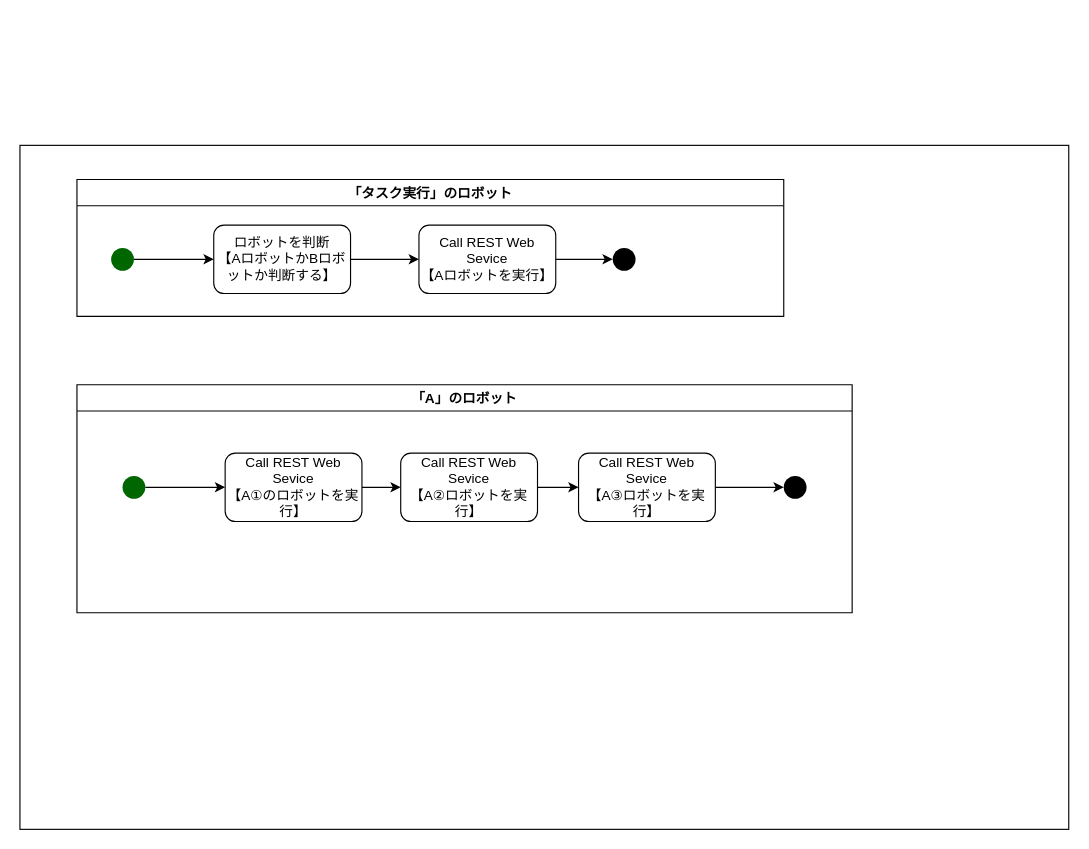
This is API連携流れ.drawio from thanhnt0804/hello, a draw.io file, before an edit. Source tidied: cells renumbered, new cells numbered last; positions are measured from the earlier drawing's top-left corner, leaving out a move shared by most shapes. Both pictures are drawn from the tidied source at 114%, with x=0, y=0 at pixel (19, 145).
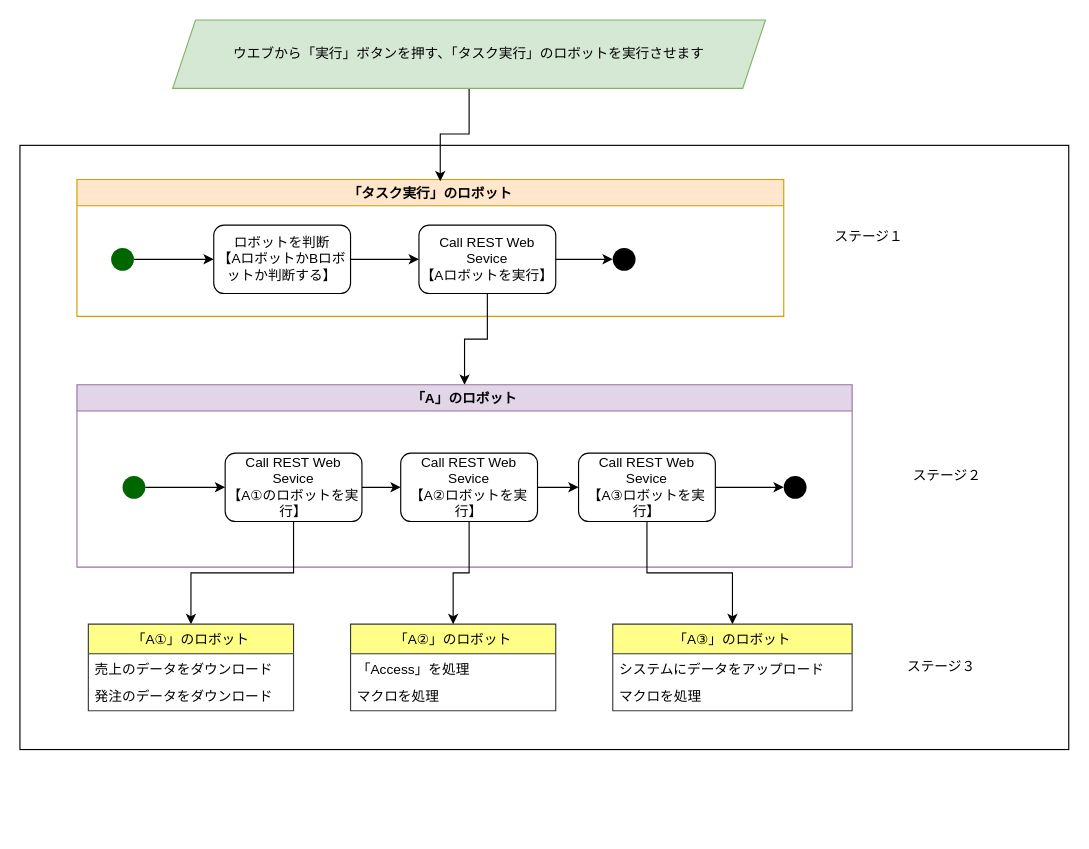
Above is the later version.

Unchanged cells that the change refers to:
```xml
<mxCell id="6" value="Call REST Web Sevice&lt;br&gt;【Aロボットを実行】" style="rounded=1;whiteSpace=wrap;html=1;" parent="1" vertex="1">
  <mxGeometry x="350" y="70" width="120" height="60" as="geometry" />
</mxCell>
<mxCell id="13" value="Call REST Web Sevice&lt;br&gt;【A②ロボットを実行】" style="rounded=1;whiteSpace=wrap;html=1;" parent="11" vertex="1">
  <mxGeometry x="284" y="60" width="120" height="60" as="geometry" />
</mxCell>
<mxCell id="16" value="Call REST Web Sevice&lt;br&gt;【A①のロボットを実行】" style="rounded=1;whiteSpace=wrap;html=1;" parent="1" vertex="1">
  <mxGeometry x="180" y="270" width="120" height="60" as="geometry" />
</mxCell>
<mxCell id="18" value="Call REST Web Sevice&lt;br&gt;【A③ロボットを実行】" style="rounded=1;whiteSpace=wrap;html=1;" parent="1" vertex="1">
  <mxGeometry x="490" y="270" width="120" height="60" as="geometry" />
</mxCell>
```

Diff of the diagram source:
```diff
@@
     <mxCell id="2" style="rounded=0;whiteSpace=wrap;html=1;" parent="1" vertex="1">
-      <mxGeometry width="920" height="600" as="geometry" />
+      <mxGeometry width="920" height="530" as="geometry" />
     </mxCell>
-    <mxCell id="3" value="「タスク実行」のロボット" style="swimlane;" parent="1" vertex="1">
+    <mxCell id="3" value="「タスク実行」のロボット" style="swimlane;fillColor=#ffe6cc;strokeColor=#d79b00;" parent="1" vertex="1">
       <mxGeometry x="50" y="30" width="620" height="120" as="geometry" />
     </mxCell>
@@
+    <mxCell id="21" style="edgeStyle=orthogonalEdgeStyle;rounded=0;jettySize=auto;html=1;" parent="1" edge="1" source="6" target="11">
+      <mxGeometry relative="1" as="geometry" />
+    </mxCell>
@@
-    <mxCell id="11" value="「A」のロボット" style="swimlane;fillColor=#FFFFFF;" parent="1" vertex="1">
-      <mxGeometry x="50" y="210" width="680" height="200" as="geometry" />
+    <mxCell id="11" value="「A」のロボット" style="swimlane;fillColor=#e1d5e7;strokeColor=#9673a6;" parent="1" vertex="1">
+      <mxGeometry x="50" y="210" width="680" height="160" as="geometry" />
     </mxCell>
@@
+    <mxCell id="22" style="edgeStyle=orthogonalEdgeStyle;rounded=0;jettySize=auto;html=1;entryX=0.5;entryY=0;entryDx=0;entryDy=0;" parent="1" edge="1" source="16" target="24">
+      <mxGeometry relative="1" as="geometry" />
+    </mxCell>
@@
+    <mxCell id="23" style="edgeStyle=orthogonalEdgeStyle;rounded=0;jettySize=auto;html=1;entryX=0.5;entryY=0;entryDx=0;entryDy=0;" parent="1" edge="1" source="18" target="30">
+      <mxGeometry relative="1" as="geometry" />
+    </mxCell>
@@
+    <mxCell id="24" value="「A①」のロボット" style="swimlane;fontStyle=0;horizontal=1;startSize=26;fillColor=#ffff88;strokeColor=#36393d;" parent="1" vertex="1">
+      <mxGeometry x="60" y="420" width="180" height="76" as="geometry" />
+    </mxCell>
+    <mxCell id="25" value="売上のデータをダウンロード" style="text;strokeColor=none;fillColor=none;align=left;verticalAlign=top;spacingLeft=4;spacingRight=4;overflow=hidden;" parent="24" vertex="1">
+      <mxGeometry y="26" width="180" height="24" as="geometry" />
+    </mxCell>
+    <mxCell id="26" value="発注のデータをダウンロード" style="text;strokeColor=none;fillColor=none;align=left;verticalAlign=top;spacingLeft=4;spacingRight=4;overflow=hidden;" parent="24" vertex="1">
+      <mxGeometry y="50" width="180" height="26" as="geometry" />
+    </mxCell>
+    <mxCell id="27" value="「A②」のロボット" style="swimlane;fontStyle=0;horizontal=1;startSize=26;fillColor=#ffff88;strokeColor=#36393d;" parent="1" vertex="1">
+      <mxGeometry x="290" y="420" width="180" height="76" as="geometry" />
+    </mxCell>
+    <mxCell id="28" value="「Access」を処理" style="text;strokeColor=none;fillColor=none;align=left;verticalAlign=top;spacingLeft=4;spacingRight=4;overflow=hidden;" parent="27" vertex="1">
+      <mxGeometry y="26" width="180" height="24" as="geometry" />
+    </mxCell>
+    <mxCell id="29" value="マクロを処理" style="text;strokeColor=none;fillColor=none;align=left;verticalAlign=top;spacingLeft=4;spacingRight=4;overflow=hidden;" parent="27" vertex="1">
+      <mxGeometry y="50" width="180" height="26" as="geometry" />
+    </mxCell>
+    <mxCell id="30" value="「A③」のロボット" style="swimlane;fontStyle=0;horizontal=1;startSize=26;fillColor=#ffff88;strokeColor=#36393d;" parent="1" vertex="1">
+      <mxGeometry x="520" y="420" width="210" height="76" as="geometry" />
+    </mxCell>
+    <mxCell id="31" value="システムにデータをアップロード" style="text;strokeColor=none;fillColor=none;align=left;verticalAlign=top;spacingLeft=4;spacingRight=4;overflow=hidden;" parent="30" vertex="1">
+      <mxGeometry y="26" width="210" height="24" as="geometry" />
+    </mxCell>
+    <mxCell id="32" value="マクロを処理" style="text;strokeColor=none;fillColor=none;align=left;verticalAlign=top;spacingLeft=4;spacingRight=4;overflow=hidden;" parent="30" vertex="1">
+      <mxGeometry y="50" width="210" height="26" as="geometry" />
+    </mxCell>
+    <mxCell id="33" style="edgeStyle=orthogonalEdgeStyle;rounded=0;jettySize=auto;html=1;entryX=0.514;entryY=0.013;entryDx=0;entryDy=0;entryPerimeter=0;" parent="1" edge="1" source="34" target="3">
+      <mxGeometry relative="1" as="geometry" />
+    </mxCell>
+    <mxCell id="34" value="ウエブから「実行」ボタンを押す、「タスク実行」のロボットを実行させます" style="shape=parallelogram;perimeter=parallelogramPerimeter;whiteSpace=wrap;html=1;fixedSize=1;fillColor=#d5e8d4;strokeColor=#82b366;" parent="1" vertex="1">
+      <mxGeometry x="134" y="-110" width="520" height="60" as="geometry" />
+    </mxCell>
+    <mxCell id="35" value="ステージ２" style="text;html=1;strokeColor=none;fillColor=none;align=center;verticalAlign=middle;whiteSpace=wrap;rounded=0;" parent="1" vertex="1">
+      <mxGeometry x="767" y="280" width="93" height="20" as="geometry" />
+    </mxCell>
+    <mxCell id="36" value="ステージ１" style="text;html=1;strokeColor=none;fillColor=none;align=center;verticalAlign=middle;whiteSpace=wrap;rounded=0;" parent="1" vertex="1">
+      <mxGeometry x="700" y="70" width="90" height="20" as="geometry" />
+    </mxCell>
+    <mxCell id="37" value="ステージ３" style="text;html=1;strokeColor=none;fillColor=none;align=center;verticalAlign=middle;whiteSpace=wrap;rounded=0;" parent="1" vertex="1">
+      <mxGeometry x="767" y="448" width="83" height="20" as="geometry" />
+    </mxCell>
+    <mxCell id="38" style="edgeStyle=orthogonalEdgeStyle;rounded=0;jettySize=auto;html=1;entryX=0.5;entryY=0;entryDx=0;entryDy=0;" parent="1" edge="1" source="13" target="27">
+      <mxGeometry relative="1" as="geometry" />
+    </mxCell>
```
